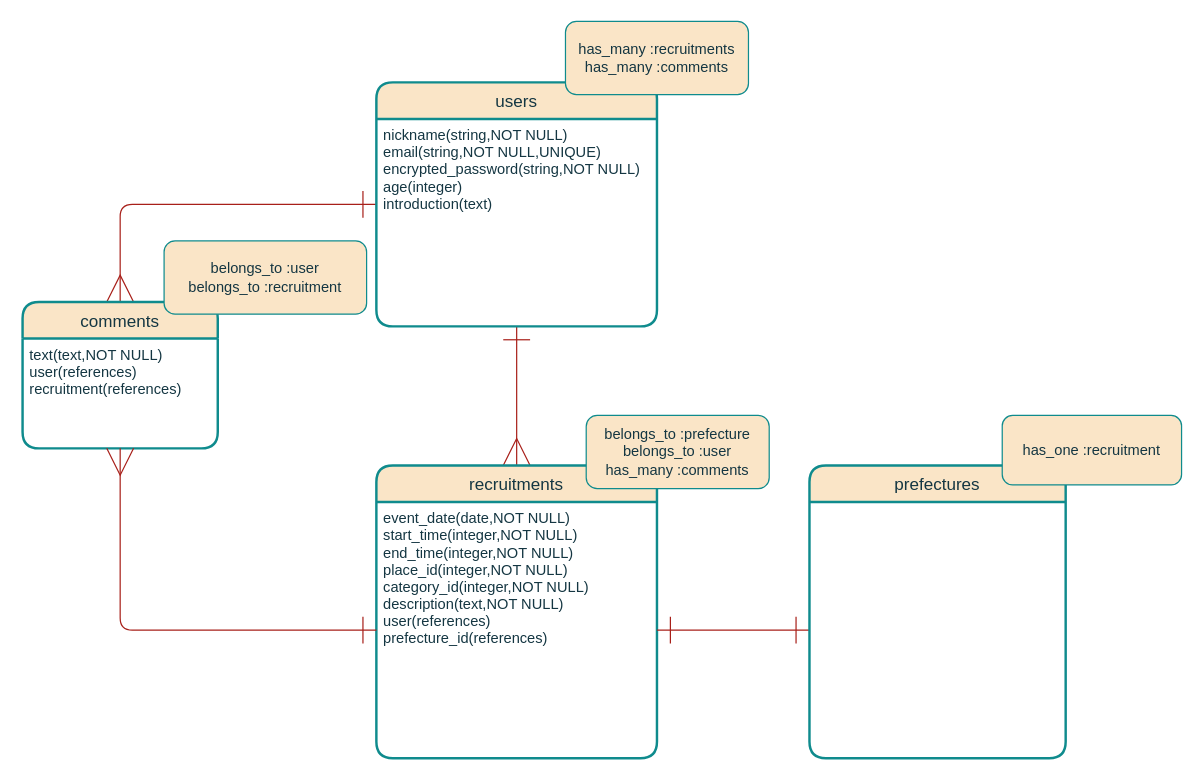
The draw.io diagram ER.dio in Shoma-Tatsumi/originalapp-1, before the edit. Source tidied: cells renumbered, new cells numbered last; positions are measured from the earlier drawing's top-left corner, leaving out a move shared by most shapes. Both pictures are drawn from the tidied source at 122%, with x=0, y=0 at pixel (22, 21).
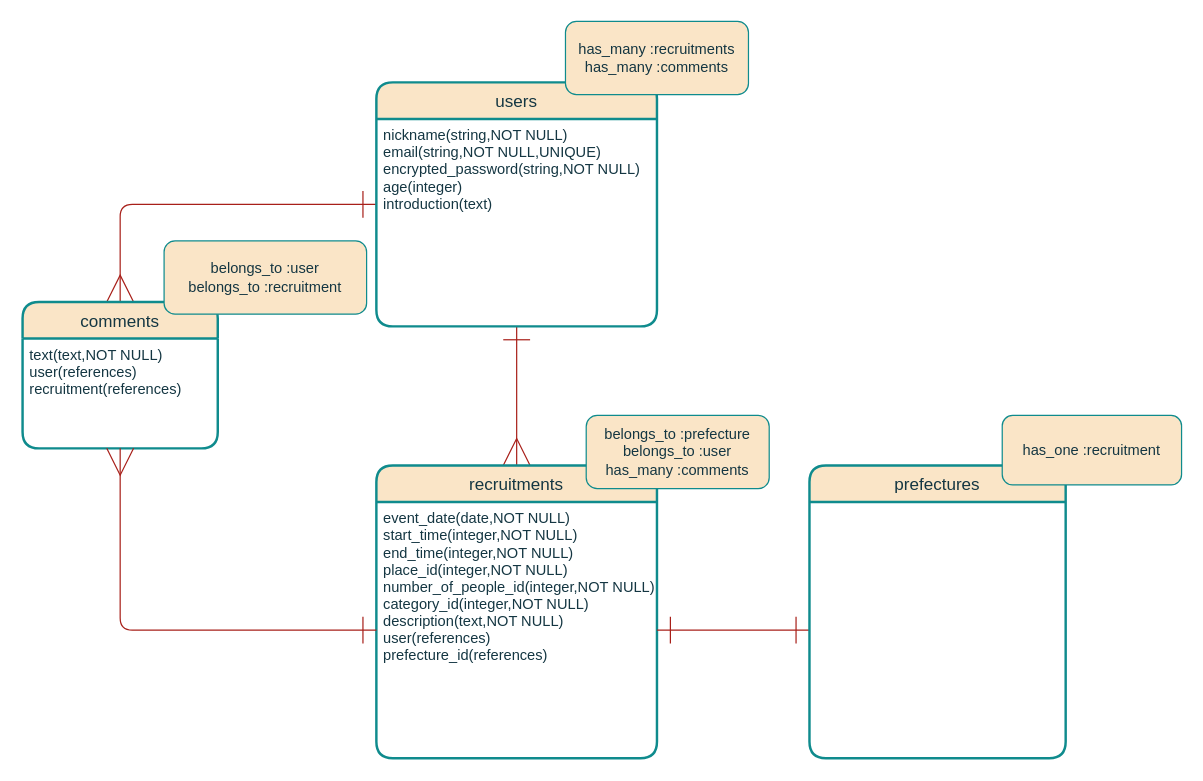
The same diagram, later.

Diff of the diagram source:
```diff
@@
 <mxGraphModel background="#ffffff">
   <root>
     <mxCell id="0" />
     <mxCell id="1" parent="0" />
     <mxCell id="2" style="edgeStyle=orthogonalEdgeStyle;jettySize=auto;html=1;exitX=0.5;exitY=1;exitDx=0;exitDy=0;entryX=0.5;entryY=0;entryDx=0;entryDy=0;startArrow=ERone;startFill=0;startSize=20;endArrow=ERmany;endFill=0;endSize=20;strokeColor=#A8201A;fontColor=#143642;labelBackgroundColor=#DAD2D8;" parent="1" edge="1" source="4" target="6">
       <mxGeometry relative="1" as="geometry" />
     </mxCell>
     <mxCell id="3" style="edgeStyle=orthogonalEdgeStyle;jettySize=auto;html=1;exitX=0;exitY=0.5;exitDx=0;exitDy=0;entryX=0.5;entryY=0;entryDx=0;entryDy=0;startArrow=ERone;startFill=0;startSize=20;endArrow=ERmany;endFill=0;endSize=20;strokeColor=#A8201A;fontColor=#143642;labelBackgroundColor=#DAD2D8;" parent="1" edge="1" source="4" target="9">
       <mxGeometry relative="1" as="geometry" />
     </mxCell>
     <mxCell id="4" value="users" style="swimlane;horizontal=1;startSize=30;fontSize=14;fontStyle=0;strokeWidth=2;shadow=0;dashed=0;align=center;fillColor=#FAE5C7;strokeColor=#0F8B8D;fontColor=#143642;rounded=1;" parent="1" vertex="1">
       <mxGeometry x="290" y="50" width="230" height="200" as="geometry" />
     </mxCell>
     <mxCell id="5" value="nickname(string,NOT NULL)&#10;email(string,NOT NULL,UNIQUE)&#10;encrypted_password(string,NOT NULL)&#10;age(integer)&#10;introduction(text)&#10;" style="align=left;strokeColor=none;fillColor=none;spacingLeft=4;fontSize=12;verticalAlign=top;fontColor=#143642;rounded=1;" parent="4" vertex="1">
       <mxGeometry y="30" width="230" height="170" as="geometry" />
     </mxCell>
     <mxCell id="6" value="recruitments" style="swimlane;horizontal=1;startSize=30;fontSize=14;fontStyle=0;strokeWidth=2;shadow=0;dashed=0;align=center;fillColor=#FAE5C7;strokeColor=#0F8B8D;fontColor=#143642;rounded=1;" parent="1" vertex="1">
       <mxGeometry x="290" y="364" width="230" height="240" as="geometry" />
     </mxCell>
-    <mxCell id="7" value="event_date(date,NOT NULL)&#10;start_time(integer,NOT NULL)&#10;end_time(integer,NOT NULL)&#10;place_id(integer,NOT NULL)&#10;category_id(integer,NOT NULL)&#10;description(text,NOT NULL)&#10;user(references)&#10;prefecture_id(references)&#10;&#10;&#10;&#10;" style="align=left;strokeColor=none;fillColor=none;spacingLeft=4;fontSize=12;verticalAlign=top;fontColor=#143642;rounded=1;" parent="6" vertex="1">
+    <mxCell id="7" value="event_date(date,NOT NULL)&#10;start_time(integer,NOT NULL)&#10;end_time(integer,NOT NULL)&#10;place_id(integer,NOT NULL)&#10;number_of_people_id(integer,NOT NULL)&#10;category_id(integer,NOT NULL)&#10;description(text,NOT NULL)&#10;user(references)&#10;prefecture_id(references)&#10;&#10;&#10;&#10;" style="align=left;strokeColor=none;fillColor=none;spacingLeft=4;fontSize=12;verticalAlign=top;fontColor=#143642;rounded=1;" parent="6" vertex="1">
       <mxGeometry y="30" width="230" height="210" as="geometry" />
     </mxCell>
     <mxCell id="8" style="edgeStyle=orthogonalEdgeStyle;jettySize=auto;html=1;exitX=1;exitY=0.5;exitDx=0;exitDy=0;entryX=0;entryY=0.5;entryDx=0;entryDy=0;startArrow=ERone;startFill=0;endArrow=ERone;endFill=0;endSize=20;startSize=20;strokeColor=#A8201A;fontColor=#143642;labelBackgroundColor=#DAD2D8;" parent="1" edge="1" source="7">
       <mxGeometry relative="1" as="geometry">
         <mxPoint x="645" y="499" as="targetPoint" />
         <Array as="points">
           <mxPoint x="583" y="499" />
           <mxPoint x="583" y="499" />
         </Array>
       </mxGeometry>
     </mxCell>
     <mxCell id="9" value="comments" style="swimlane;horizontal=1;startSize=30;fontSize=14;fontStyle=0;strokeWidth=2;shadow=0;dashed=0;align=center;fillColor=#FAE5C7;strokeColor=#0F8B8D;fontColor=#143642;rounded=1;" parent="1" vertex="1">
       <mxGeometry y="230" width="160" height="120" as="geometry" />
     </mxCell>
     <mxCell id="10" value="text(text,NOT NULL)&#10;user(references)&#10;recruitment(references)" style="align=left;strokeColor=none;fillColor=none;spacingLeft=4;fontSize=12;verticalAlign=top;fontColor=#143642;rounded=1;" parent="9" vertex="1">
       <mxGeometry y="30" width="160" height="90" as="geometry" />
     </mxCell>
     <mxCell id="11" style="edgeStyle=orthogonalEdgeStyle;jettySize=auto;html=1;exitX=0;exitY=0.5;exitDx=0;exitDy=0;entryX=0.5;entryY=1;entryDx=0;entryDy=0;startArrow=ERone;startFill=0;startSize=20;endArrow=ERmany;endFill=0;endSize=20;strokeColor=#A8201A;fontColor=#143642;labelBackgroundColor=#DAD2D8;" parent="1" edge="1" source="7" target="10">
       <mxGeometry relative="1" as="geometry" />
     </mxCell>
     <mxCell id="12" value="belongs_to :prefecture&lt;br&gt;belongs_to :user&lt;br&gt;has_many :comments" style="whiteSpace=wrap;html=1;align=center;newEdgeStyle={&quot;edgeStyle&quot;:&quot;elbowEdgeStyle&quot;,&quot;startArrow&quot;:&quot;none&quot;,&quot;endArrow&quot;:&quot;none&quot;};fillColor=#FAE5C7;strokeColor=#0F8B8D;fontColor=#143642;rounded=1;" parent="1" vertex="1">
       <mxGeometry x="462" y="323" width="150" height="60" as="geometry" />
     </mxCell>
     <mxCell id="13" value="has_many :recruitments&lt;br&gt;has_many :comments" style="whiteSpace=wrap;html=1;align=center;newEdgeStyle={&quot;edgeStyle&quot;:&quot;elbowEdgeStyle&quot;,&quot;startArrow&quot;:&quot;none&quot;,&quot;endArrow&quot;:&quot;none&quot;};fillColor=#FAE5C7;strokeColor=#0F8B8D;fontColor=#143642;rounded=1;" parent="1" vertex="1">
       <mxGeometry x="445" width="150" height="60" as="geometry" />
     </mxCell>
     <mxCell id="14" value="belongs_to :user&lt;br&gt;belongs_to :recruitment" style="whiteSpace=wrap;html=1;align=center;newEdgeStyle={&quot;edgeStyle&quot;:&quot;elbowEdgeStyle&quot;,&quot;startArrow&quot;:&quot;none&quot;,&quot;endArrow&quot;:&quot;none&quot;};fillColor=#FAE5C7;strokeColor=#0F8B8D;fontColor=#143642;rounded=1;" parent="1" vertex="1">
       <mxGeometry x="116" y="180" width="166" height="60" as="geometry" />
     </mxCell>
     <mxCell id="15" value="prefectures" style="swimlane;horizontal=1;startSize=30;fontSize=14;fontStyle=0;strokeWidth=2;shadow=0;dashed=0;align=center;fillColor=#FAE5C7;strokeColor=#0F8B8D;fontColor=#143642;rounded=1;" parent="1" vertex="1">
       <mxGeometry x="645" y="364" width="210" height="240" as="geometry" />
     </mxCell>
     <mxCell id="16" value="&lt;span&gt;has_one :recruitment&lt;br&gt;&lt;/span&gt;" style="whiteSpace=wrap;html=1;align=center;newEdgeStyle={&quot;edgeStyle&quot;:&quot;elbowEdgeStyle&quot;,&quot;startArrow&quot;:&quot;none&quot;,&quot;endArrow&quot;:&quot;none&quot;};fillColor=#FAE5C7;strokeColor=#0F8B8D;fontColor=#143642;rounded=1;" parent="1" vertex="1">
       <mxGeometry x="803" y="323" width="147" height="57" as="geometry" />
     </mxCell>
   </root>
 </mxGraphModel>
```
